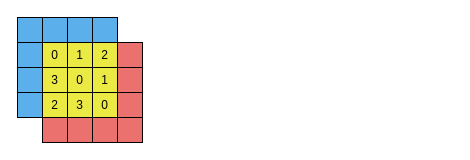
Earlier version of the draw.io diagram page "Basic" (1 of 9) of en/img/warp_per_shift.drawio (MK4H/DPText). Source tidied: cells renumbered, new cells numbered last; positions are measured from the earlier drawing's top-left corner, leaving out a move shared by most shapes. Both pictures are drawn from the tidied source at 100%, with x=0, y=0 at pixel (17, 17).
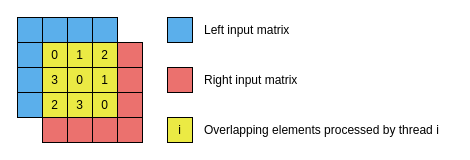
After the change.

Diff of the diagram source:
```diff
@@
+    <mxCell id="25" style="rounded=0;whiteSpace=wrap;html=1;fillColor=#5BAFEB;" parent="1" vertex="1">
+      <mxGeometry x="150" width="25" height="25" as="geometry" />
+    </mxCell>
+    <mxCell id="26" style="rounded=0;whiteSpace=wrap;html=1;fillColor=#EB716E;" parent="1" vertex="1">
+      <mxGeometry x="150" y="50" width="25" height="25" as="geometry" />
+    </mxCell>
+    <mxCell id="27" value="i" style="rounded=0;whiteSpace=wrap;html=1;fillColor=#EBEA44;" parent="1" vertex="1">
+      <mxGeometry x="150" y="100" width="25" height="25" as="geometry" />
+    </mxCell>
+    <mxCell id="28" value="Left input matrix" style="text;html=1;align=left;verticalAlign=middle;strokeColor=none;fillColor=none;" parent="1" vertex="1">
+      <mxGeometry x="185" y="2.5" width="100" height="20" as="geometry" />
+    </mxCell>
+    <mxCell id="29" value="Right input matrix" style="text;html=1;align=left;verticalAlign=middle;strokeColor=none;fillColor=none;" parent="1" vertex="1">
+      <mxGeometry x="185" y="52.5" width="110" height="20" as="geometry" />
+    </mxCell>
+    <mxCell id="30" value="Overlapping elements processed by thread i" style="text;html=1;align=left;verticalAlign=middle;strokeColor=none;fillColor=none;" parent="1" vertex="1">
+      <mxGeometry x="185" y="102.5" width="250" height="20" as="geometry" />
+    </mxCell>
```
